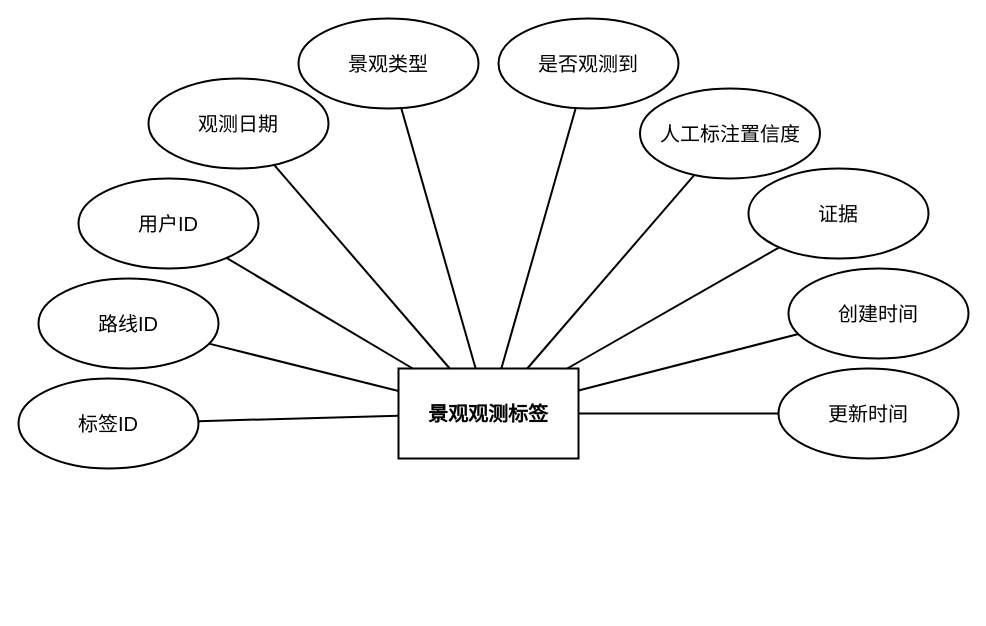
Earlier version of the draw.io diagram DOCS/architecture-diagrams/sources/实体图/landscape_observation_labels/landscape_observation_labels_entity.drawio (612cs/TrailQuest). Source tidied: cells renumbered, new cells numbered last; positions are measured from the earlier drawing's top-left corner, leaving out a move shared by most shapes. Both pictures are drawn from the tidied source at 100%, with x=0, y=0 at pixel (18, 18).
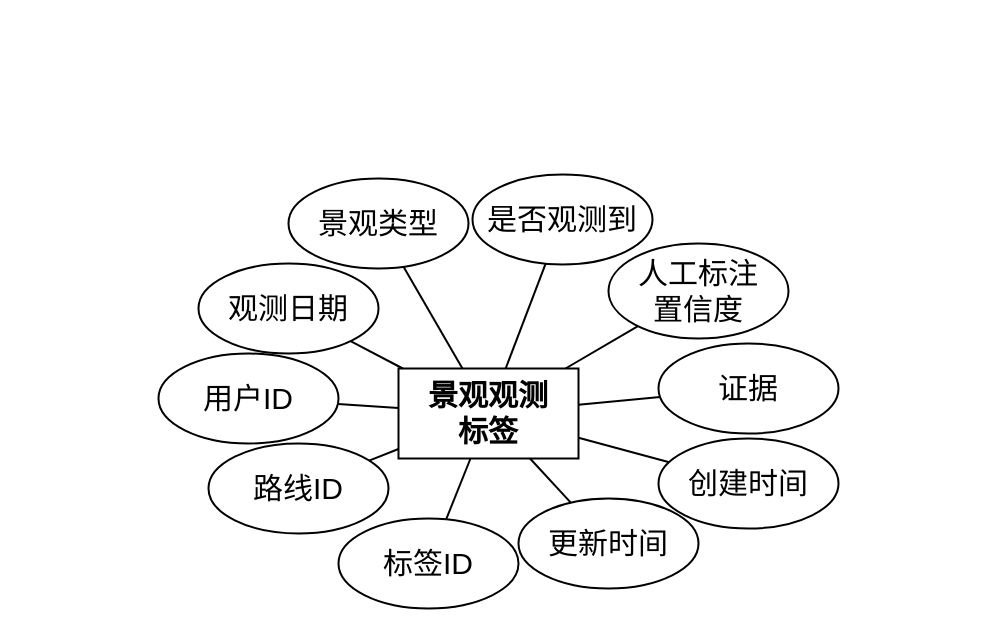
The same diagram, later.

Change to the diagram source:
```diff
@@
-    <mxCell id="2" value="景观观测标签" style="rounded=0;whiteSpace=wrap;html=1;fillColor=none;strokeColor=#000000;fontColor=#000000;fontFamily=Arial;fontSize=20;fontStyle=1;align=center;verticalAlign=middle;strokeWidth=2;gradientColor=none;shadow=0;glass=0;" parent="1" vertex="1">
+    <mxCell id="2" value="景观观测&lt;div&gt;标签&lt;/div&gt;" style="rounded=0;whiteSpace=wrap;html=1;fillColor=none;strokeColor=#000000;fontColor=#000000;fontFamily=Arial;fontSize=30;fontStyle=1;align=center;verticalAlign=middle;strokeWidth=2;gradientColor=none;shadow=0;glass=0;" parent="1" vertex="1">
       <mxGeometry x="380" y="350" width="180" height="90" as="geometry" />
     </mxCell>
-    <mxCell id="3" value="标签ID" style="ellipse;whiteSpace=wrap;html=1;fillColor=none;strokeColor=#000000;fontColor=#000000;fontFamily=Arial;fontSize=20;align=center;verticalAlign=middle;strokeWidth=2;gradientColor=none;shadow=0;glass=0;" parent="1" vertex="1">
-      <mxGeometry y="360" width="180" height="90" as="geometry" />
+    <mxCell id="3" value="标签ID" style="ellipse;whiteSpace=wrap;html=1;fillColor=none;strokeColor=#000000;fontColor=#000000;fontFamily=Arial;fontSize=30;align=center;verticalAlign=middle;strokeWidth=2;gradientColor=none;shadow=0;glass=0;" parent="1" vertex="1">
+      <mxGeometry x="320" y="500" width="180" height="90" as="geometry" />
     </mxCell>
-    <mxCell id="4" value="路线ID" style="ellipse;whiteSpace=wrap;html=1;fillColor=none;strokeColor=#000000;fontColor=#000000;fontFamily=Arial;fontSize=20;align=center;verticalAlign=middle;strokeWidth=2;gradientColor=none;shadow=0;glass=0;" parent="1" vertex="1">
-      <mxGeometry x="20" y="260" width="180" height="90" as="geometry" />
+    <mxCell id="4" value="路线ID" style="ellipse;whiteSpace=wrap;html=1;fillColor=none;strokeColor=#000000;fontColor=#000000;fontFamily=Arial;fontSize=30;align=center;verticalAlign=middle;strokeWidth=2;gradientColor=none;shadow=0;glass=0;" parent="1" vertex="1">
+      <mxGeometry x="190" y="425" width="180" height="90" as="geometry" />
     </mxCell>
-    <mxCell id="5" value="用户ID" style="ellipse;whiteSpace=wrap;html=1;fillColor=none;strokeColor=#000000;fontColor=#000000;fontFamily=Arial;fontSize=20;align=center;verticalAlign=middle;strokeWidth=2;gradientColor=none;shadow=0;glass=0;" parent="1" vertex="1">
-      <mxGeometry x="60" y="160" width="180" height="90" as="geometry" />
+    <mxCell id="5" value="用户ID" style="ellipse;whiteSpace=wrap;html=1;fillColor=none;strokeColor=#000000;fontColor=#000000;fontFamily=Arial;fontSize=30;align=center;verticalAlign=middle;strokeWidth=2;gradientColor=none;shadow=0;glass=0;" parent="1" vertex="1">
+      <mxGeometry x="140" y="335" width="180" height="90" as="geometry" />
     </mxCell>
-    <mxCell id="6" value="观测日期" style="ellipse;whiteSpace=wrap;html=1;fillColor=none;strokeColor=#000000;fontColor=#000000;fontFamily=Arial;fontSize=20;align=center;verticalAlign=middle;strokeWidth=2;gradientColor=none;shadow=0;glass=0;" parent="1" vertex="1">
-      <mxGeometry x="130" y="60" width="180" height="90" as="geometry" />
+    <mxCell id="6" value="观测日期" style="ellipse;whiteSpace=wrap;html=1;fillColor=none;strokeColor=#000000;fontColor=#000000;fontFamily=Arial;fontSize=30;align=center;verticalAlign=middle;strokeWidth=2;gradientColor=none;shadow=0;glass=0;" parent="1" vertex="1">
+      <mxGeometry x="180" y="245" width="180" height="90" as="geometry" />
     </mxCell>
-    <mxCell id="7" value="景观类型" style="ellipse;whiteSpace=wrap;html=1;fillColor=none;strokeColor=#000000;fontColor=#000000;fontFamily=Arial;fontSize=20;align=center;verticalAlign=middle;strokeWidth=2;gradientColor=none;shadow=0;glass=0;" parent="1" vertex="1">
-      <mxGeometry x="280" width="180" height="90" as="geometry" />
+    <mxCell id="7" value="景观类型" style="ellipse;whiteSpace=wrap;html=1;fillColor=none;strokeColor=#000000;fontColor=#000000;fontFamily=Arial;fontSize=30;align=center;verticalAlign=middle;strokeWidth=2;gradientColor=none;shadow=0;glass=0;" parent="1" vertex="1">
+      <mxGeometry x="270" y="160" width="180" height="90" as="geometry" />
     </mxCell>
-    <mxCell id="8" value="是否观测到" style="ellipse;whiteSpace=wrap;html=1;fillColor=none;strokeColor=#000000;fontColor=#000000;fontFamily=Arial;fontSize=20;align=center;verticalAlign=middle;strokeWidth=2;gradientColor=none;shadow=0;glass=0;" parent="1" vertex="1">
-      <mxGeometry x="480" width="180" height="90" as="geometry" />
+    <mxCell id="8" value="是否观测到" style="ellipse;whiteSpace=wrap;html=1;fillColor=none;strokeColor=#000000;fontColor=#000000;fontFamily=Arial;fontSize=30;align=center;verticalAlign=middle;strokeWidth=2;gradientColor=none;shadow=0;glass=0;" parent="1" vertex="1">
+      <mxGeometry x="454" y="156" width="180" height="90" as="geometry" />
     </mxCell>
-    <mxCell id="9" value="人工标注置信度" style="ellipse;whiteSpace=wrap;html=1;fillColor=none;strokeColor=#000000;fontColor=#000000;fontFamily=Arial;fontSize=20;align=center;verticalAlign=middle;strokeWidth=2;gradientColor=none;shadow=0;glass=0;" parent="1" vertex="1">
-      <mxGeometry x="621.5" y="70" width="180" height="90" as="geometry" />
+    <mxCell id="9" value="人工标注&lt;div&gt;置信度&lt;/div&gt;" style="ellipse;whiteSpace=wrap;html=1;fillColor=none;strokeColor=#000000;fontColor=#000000;fontFamily=Arial;fontSize=30;align=center;verticalAlign=middle;strokeWidth=2;gradientColor=none;shadow=0;glass=0;" parent="1" vertex="1">
+      <mxGeometry x="590" y="225" width="180" height="95" as="geometry" />
     </mxCell>
-    <mxCell id="10" value="证据" style="ellipse;whiteSpace=wrap;html=1;fillColor=none;strokeColor=#000000;fontColor=#000000;fontFamily=Arial;fontSize=20;align=center;verticalAlign=middle;strokeWidth=2;gradientColor=none;shadow=0;glass=0;" parent="1" vertex="1">
-      <mxGeometry x="730" y="150" width="180" height="90" as="geometry" />
+    <mxCell id="10" value="证据" style="ellipse;whiteSpace=wrap;html=1;fillColor=none;strokeColor=#000000;fontColor=#000000;fontFamily=Arial;fontSize=30;align=center;verticalAlign=middle;strokeWidth=2;gradientColor=none;shadow=0;glass=0;" parent="1" vertex="1">
+      <mxGeometry x="640" y="325" width="180" height="90" as="geometry" />
     </mxCell>
-    <mxCell id="11" value="创建时间" style="ellipse;whiteSpace=wrap;html=1;fillColor=none;strokeColor=#000000;fontColor=#000000;fontFamily=Arial;fontSize=20;align=center;verticalAlign=middle;strokeWidth=2;gradientColor=none;shadow=0;glass=0;" parent="1" vertex="1">
-      <mxGeometry x="770" y="250" width="180" height="90" as="geometry" />
+    <mxCell id="11" value="创建时间" style="ellipse;whiteSpace=wrap;html=1;fillColor=none;strokeColor=#000000;fontColor=#000000;fontFamily=Arial;fontSize=30;align=center;verticalAlign=middle;strokeWidth=2;gradientColor=none;shadow=0;glass=0;" parent="1" vertex="1">
+      <mxGeometry x="640" y="420" width="180" height="90" as="geometry" />
     </mxCell>
-    <mxCell id="12" value="更新时间" style="ellipse;whiteSpace=wrap;html=1;fillColor=none;strokeColor=#000000;fontColor=#000000;fontFamily=Arial;fontSize=20;align=center;verticalAlign=middle;strokeWidth=2;gradientColor=none;shadow=0;glass=0;" parent="1" vertex="1">
-      <mxGeometry x="760" y="350" width="180" height="90" as="geometry" />
+    <mxCell id="12" value="更新时间" style="ellipse;whiteSpace=wrap;html=1;fillColor=none;strokeColor=#000000;fontColor=#000000;fontFamily=Arial;fontSize=30;align=center;verticalAlign=middle;strokeWidth=2;gradientColor=none;shadow=0;glass=0;" parent="1" vertex="1">
+      <mxGeometry x="500" y="480" width="180" height="90" as="geometry" />
     </mxCell>
-    <mxCell id="13" style="endArrow=none;html=1;rounded=0;strokeColor=#000000;strokeWidth=2;" parent="1" edge="1" source="2" target="3">
+    <mxCell id="13" style="endArrow=none;html=1;rounded=0;strokeColor=#000000;strokeWidth=2;fontSize=30;" parent="1" edge="1" source="2" target="3">
       <mxGeometry relative="1" as="geometry" />
     </mxCell>
-    <mxCell id="14" style="endArrow=none;html=1;rounded=0;strokeColor=#000000;strokeWidth=2;" parent="1" edge="1" source="2" target="4">
+    <mxCell id="14" style="endArrow=none;html=1;rounded=0;strokeColor=#000000;strokeWidth=2;fontSize=30;" parent="1" edge="1" source="2" target="4">
       <mxGeometry relative="1" as="geometry" />
     </mxCell>
-    <mxCell id="15" style="endArrow=none;html=1;rounded=0;strokeColor=#000000;strokeWidth=2;" parent="1" edge="1" source="2" target="5">
+    <mxCell id="15" style="endArrow=none;html=1;rounded=0;strokeColor=#000000;strokeWidth=2;fontSize=30;" parent="1" edge="1" source="2" target="5">
       <mxGeometry relative="1" as="geometry" />
     </mxCell>
-    <mxCell id="16" style="endArrow=none;html=1;rounded=0;strokeColor=#000000;strokeWidth=2;" parent="1" edge="1" source="2" target="6">
+    <mxCell id="16" style="endArrow=none;html=1;rounded=0;strokeColor=#000000;strokeWidth=2;fontSize=30;" parent="1" edge="1" source="2" target="6">
       <mxGeometry relative="1" as="geometry" />
     </mxCell>
-    <mxCell id="17" style="endArrow=none;html=1;rounded=0;strokeColor=#000000;strokeWidth=2;" parent="1" edge="1" source="2" target="7">
+    <mxCell id="17" style="endArrow=none;html=1;rounded=0;strokeColor=#000000;strokeWidth=2;fontSize=30;" parent="1" edge="1" source="2" target="7">
       <mxGeometry relative="1" as="geometry" />
     </mxCell>
-    <mxCell id="18" style="endArrow=none;html=1;rounded=0;strokeColor=#000000;strokeWidth=2;" parent="1" edge="1" source="2" target="8">
+    <mxCell id="18" style="endArrow=none;html=1;rounded=0;strokeColor=#000000;strokeWidth=2;fontSize=30;" parent="1" edge="1" source="2" target="8">
       <mxGeometry relative="1" as="geometry" />
     </mxCell>
-    <mxCell id="19" style="endArrow=none;html=1;rounded=0;strokeColor=#000000;strokeWidth=2;" parent="1" edge="1" source="2" target="9">
+    <mxCell id="19" style="endArrow=none;html=1;rounded=0;strokeColor=#000000;strokeWidth=2;fontSize=30;" parent="1" edge="1" source="2" target="9">
       <mxGeometry relative="1" as="geometry" />
     </mxCell>
-    <mxCell id="20" style="endArrow=none;html=1;rounded=0;strokeColor=#000000;strokeWidth=2;" parent="1" edge="1" source="2" target="10">
+    <mxCell id="20" style="endArrow=none;html=1;rounded=0;strokeColor=#000000;strokeWidth=2;fontSize=30;" parent="1" edge="1" source="2" target="10">
       <mxGeometry relative="1" as="geometry" />
     </mxCell>
-    <mxCell id="21" style="endArrow=none;html=1;rounded=0;strokeColor=#000000;strokeWidth=2;" parent="1" edge="1" source="2" target="11">
+    <mxCell id="21" style="endArrow=none;html=1;rounded=0;strokeColor=#000000;strokeWidth=2;fontSize=30;" parent="1" edge="1" source="2" target="11">
       <mxGeometry relative="1" as="geometry" />
     </mxCell>
-    <mxCell id="22" style="endArrow=none;html=1;rounded=0;strokeColor=#000000;strokeWidth=2;" parent="1" edge="1" source="2" target="12">
+    <mxCell id="22" style="endArrow=none;html=1;rounded=0;strokeColor=#000000;strokeWidth=2;fontSize=30;" parent="1" edge="1" source="2" target="12">
       <mxGeometry relative="1" as="geometry" />
     </mxCell>
```
